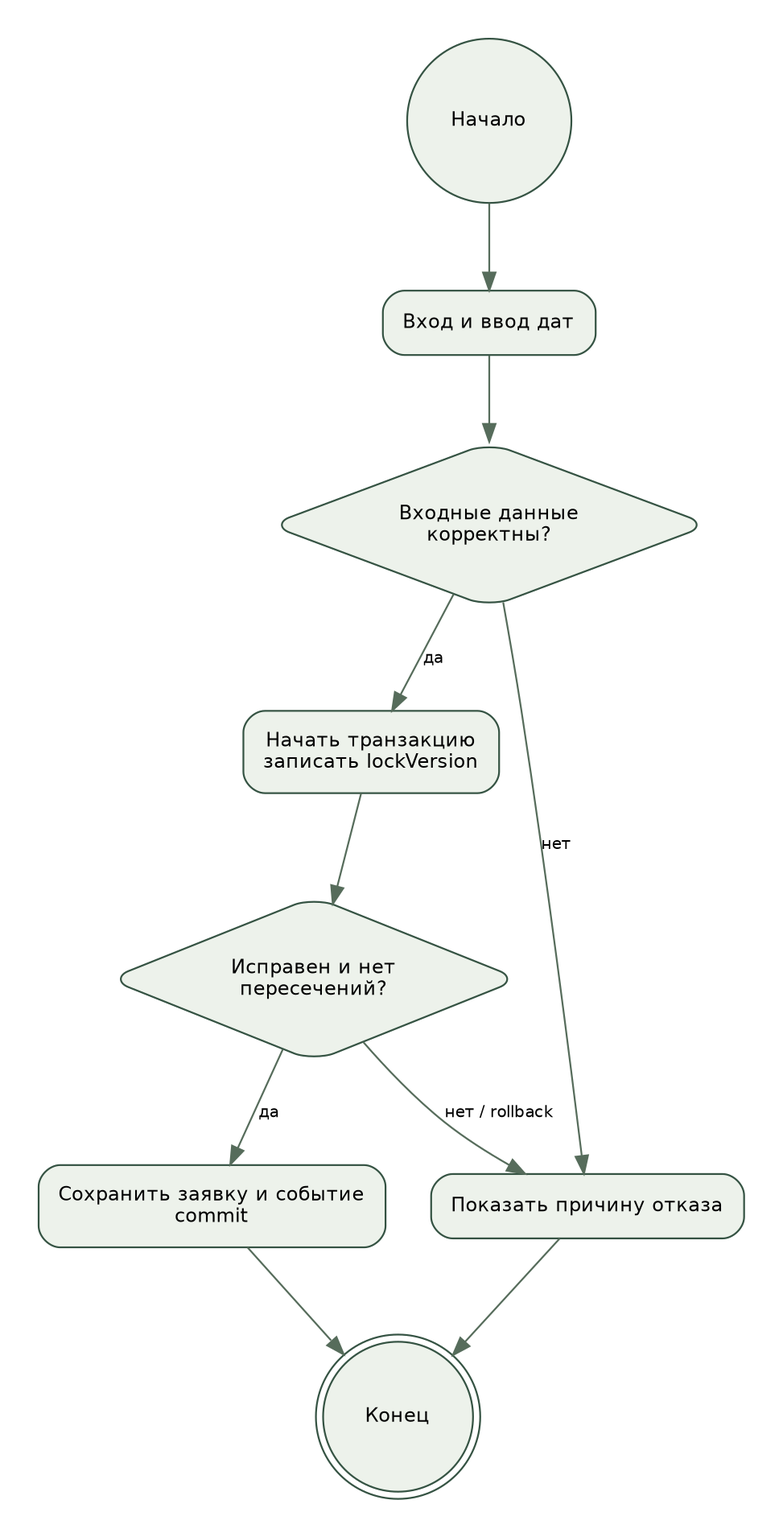
The Graphviz diagram docs/diagrams/activity.png in alexander2007B/cursovaya, before a commit. Its source is kept beside it as docs/diagrams/activity.dot.
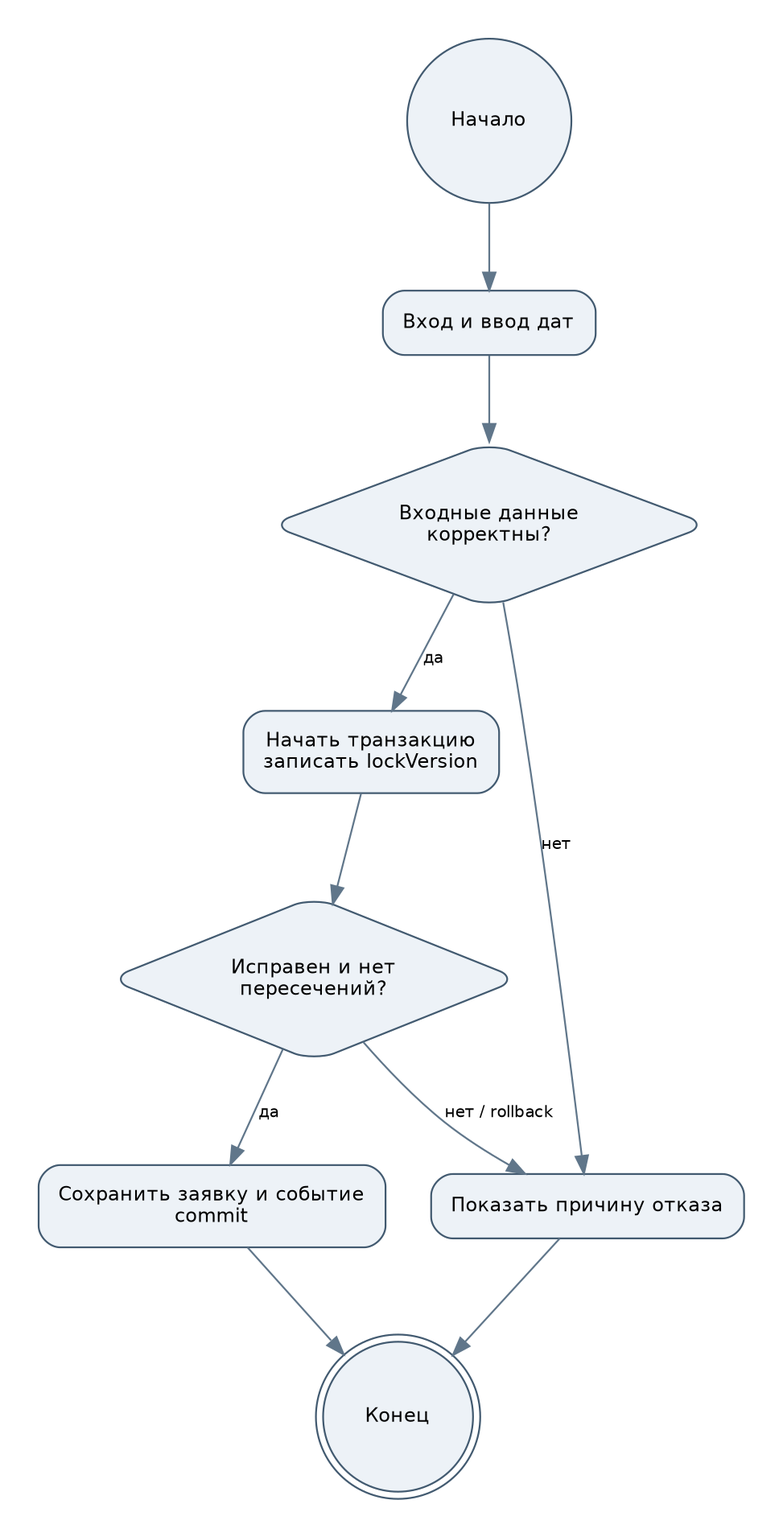
The same file after the commit.

What changed in the source:
```diff
@@ -1,4 +1,4 @@
-digraph G {graph [fontname="DejaVu Sans",bgcolor="white",pad="0.3",ranksep="0.65",nodesep="0.35"]; node [fontname="DejaVu Sans",fontsize=11,shape=box,style="rounded,filled",fillcolor="#edf2eb",color="#355343",margin="0.15"]; edge [fontname="DejaVu Sans",fontsize=9,color="#566c5b"];start[label="Начало",shape=circle,width=.3];auth[label="Вход и ввод дат"];valid[label="Входные данные
+digraph G {graph [fontname="DejaVu Sans",bgcolor="white",pad="0.3",ranksep="0.65",nodesep="0.35"]; node [fontname="DejaVu Sans",fontsize=11,shape=box,style="rounded,filled",fillcolor="#edf2f7",color="#425a70",margin="0.15"]; edge [fontname="DejaVu Sans",fontsize=9,color="#60768a"];start[label="Начало",shape=circle,width=.3];auth[label="Вход и ввод дат"];valid[label="Входные данные
 корректны?",shape=diamond];tx[label="Начать транзакцию
 записать lockVersion"];free[label="Исправен и нет
 пересечений?",shape=diamond];save[label="Сохранить заявку и событие
```
